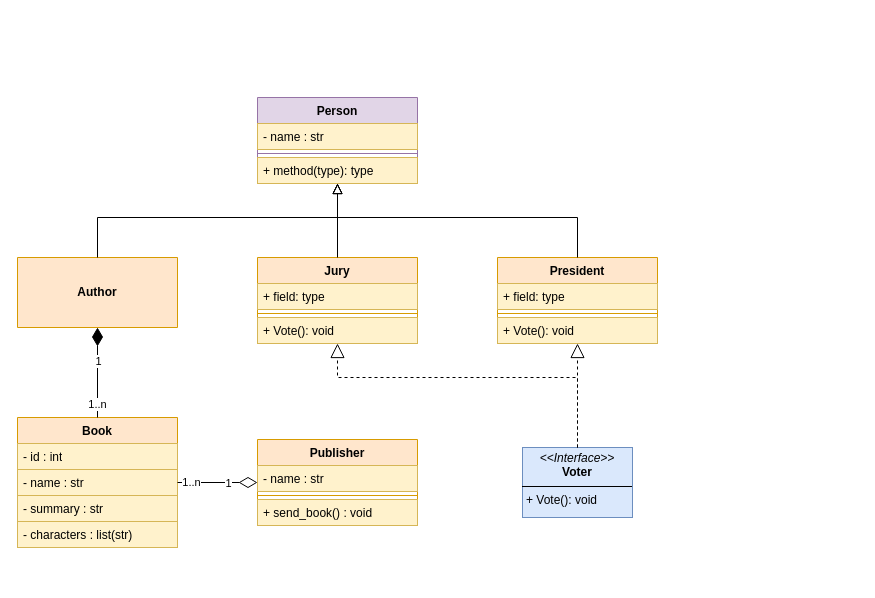
The draw.io diagram page "Class" (1 of 2) of doc/uml/goncourt.drawio in KMorere/eval-python-goncourt, before the edit. Source tidied: cells renumbered, new cells numbered last; positions are measured from the earlier drawing's top-left corner, leaving out a move shared by most shapes. Both pictures are drawn from the tidied source at 100%, with x=0, y=0 at pixel (17, 97).
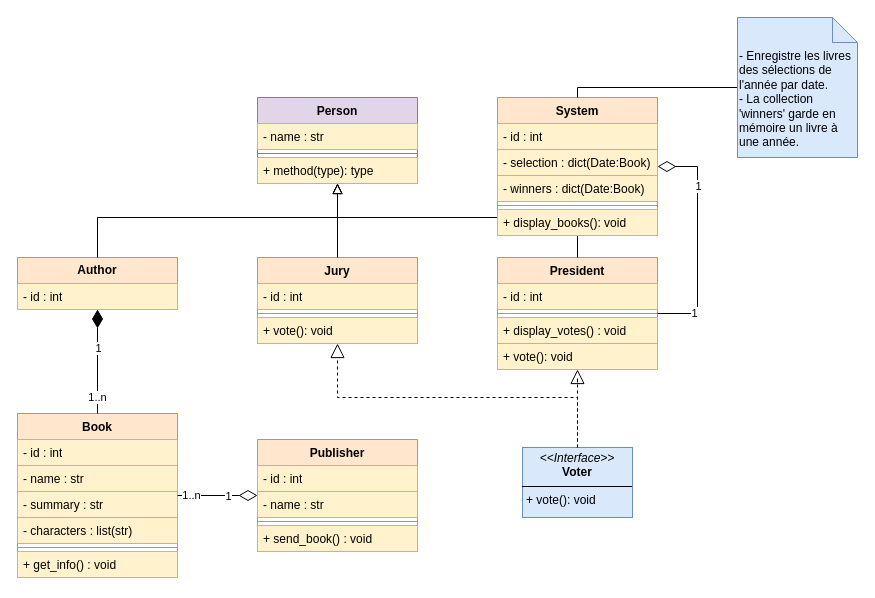
The same diagram, later.

The change refers to these unchanged cells:
```xml
<mxCell id="12" value="Jury" style="swimlane;fontStyle=1;align=center;verticalAlign=top;horizontal=1;startSize=26;whiteSpace=wrap;html=1;fillColor=#ffe6cc;strokeColor=#d79b00;" parent="1" vertex="1">
  <mxGeometry x="240" y="160" width="160" height="86" as="geometry" />
</mxCell>
```

Change to the diagram source:
```diff
@@
     <mxCell id="2" value="Book" style="swimlane;fontStyle=1;align=center;verticalAlign=top;horizontal=1;startSize=26;whiteSpace=wrap;html=1;fillColor=#ffe6cc;strokeColor=#d79b00;" parent="1" vertex="1">
-      <mxGeometry y="320" width="160" height="130" as="geometry" />
+      <mxGeometry y="316" width="160" height="164" as="geometry" />
     </mxCell>
@@
+    <mxCell id="36" style="line;strokeWidth=1;fillColor=none;align=left;verticalAlign=middle;spacingTop=-1;spacingLeft=3;spacingRight=3;labelPosition=right;strokeColor=inherit;" parent="2" vertex="1">
+      <mxGeometry y="130" width="160" height="8" as="geometry" />
+    </mxCell>
+    <mxCell id="37" value="+ get_info() : void" style="text;strokeColor=#d6b656;fillColor=#fff2cc;align=left;verticalAlign=top;spacingLeft=4;spacingRight=4;overflow=hidden;whiteSpace=wrap;html=1;" parent="2" vertex="1">
+      <mxGeometry y="138" width="160" height="26" as="geometry" />
+    </mxCell>
@@
-    <mxCell id="11" value="Author" style="swimlane;fontStyle=1;align=center;verticalAlign=middle;horizontal=1;startSize=70;whiteSpace=wrap;html=1;fillColor=#ffe6cc;strokeColor=#d79b00;" parent="1" vertex="1">
-      <mxGeometry y="160" width="160" height="70" as="geometry" />
+    <mxCell id="11" value="Author" style="swimlane;fontStyle=1;align=center;verticalAlign=middle;horizontal=1;startSize=26;whiteSpace=wrap;html=1;fillColor=#ffe6cc;strokeColor=#d79b00;" parent="1" vertex="1">
+      <mxGeometry y="160" width="160" height="52" as="geometry" />
     </mxCell>
+    <mxCell id="38" value="- id : int" style="text;strokeColor=#d6b656;fillColor=#fff2cc;align=left;verticalAlign=top;spacingLeft=4;spacingRight=4;overflow=hidden;whiteSpace=wrap;html=1;" parent="11" vertex="1">
+      <mxGeometry y="26" width="160" height="26" as="geometry" />
+    </mxCell>
@@
-    <mxCell id="13" value="+ field: type" style="text;strokeColor=#d6b656;fillColor=#fff2cc;align=left;verticalAlign=top;spacingLeft=4;spacingRight=4;overflow=hidden;whiteSpace=wrap;html=1;" parent="12" vertex="1">
-      <mxGeometry y="26" width="160" height="26" as="geometry" />
-    </mxCell>
-    <mxCell id="14" style="line;strokeWidth=1;fillColor=none;align=left;verticalAlign=middle;spacingTop=-1;spacingLeft=3;spacingRight=3;labelPosition=right;strokeColor=inherit;" parent="12" vertex="1">
-      <mxGeometry y="52" width="160" height="8" as="geometry" />
-    </mxCell>
+    <mxCell id="39" value="- id : int" style="text;strokeColor=#d6b656;fillColor=#fff2cc;align=left;verticalAlign=top;spacingLeft=4;spacingRight=4;overflow=hidden;whiteSpace=wrap;html=1;" parent="12" vertex="1">
+      <mxGeometry y="26" width="160" height="26" as="geometry" />
+    </mxCell>
+    <mxCell id="40" style="line;strokeWidth=1;fillColor=none;align=left;verticalAlign=middle;spacingTop=-1;spacingLeft=3;spacingRight=3;labelPosition=right;strokeColor=inherit;" parent="12" vertex="1">
+      <mxGeometry y="52" width="160" height="8" as="geometry" />
+    </mxCell>
-    <mxCell id="15" value="+ Vote(): void" style="text;strokeColor=#d6b656;fillColor=#fff2cc;align=left;verticalAlign=top;spacingLeft=4;spacingRight=4;overflow=hidden;whiteSpace=wrap;html=1;" parent="12" vertex="1">
+    <mxCell id="15" value="+ vote(): void" style="text;strokeColor=#d6b656;fillColor=#fff2cc;align=left;verticalAlign=top;spacingLeft=4;spacingRight=4;overflow=hidden;whiteSpace=wrap;html=1;" parent="12" vertex="1">
       <mxGeometry y="60" width="160" height="26" as="geometry" />
     </mxCell>
@@
     <mxCell id="21" value="Publisher" style="swimlane;fontStyle=1;align=center;verticalAlign=top;horizontal=1;startSize=26;whiteSpace=wrap;html=1;fillColor=#ffe6cc;strokeColor=#d79b00;" parent="1" vertex="1">
-      <mxGeometry x="240" y="342" width="160" height="86" as="geometry" />
+      <mxGeometry x="240" y="342" width="160" height="112" as="geometry" />
     </mxCell>
-    <mxCell id="22" value="- name : str" style="text;strokeColor=#d6b656;fillColor=#fff2cc;align=left;verticalAlign=top;spacingLeft=4;spacingRight=4;overflow=hidden;whiteSpace=wrap;html=1;" parent="21" vertex="1">
+    <mxCell id="22" value="- id : int" style="text;strokeColor=#d6b656;fillColor=#fff2cc;align=left;verticalAlign=top;spacingLeft=4;spacingRight=4;overflow=hidden;whiteSpace=wrap;html=1;" parent="21" vertex="1">
       <mxGeometry y="26" width="160" height="26" as="geometry" />
     </mxCell>
+    <mxCell id="41" value="- name : str" style="text;strokeColor=#d6b656;fillColor=#fff2cc;align=left;verticalAlign=top;spacingLeft=4;spacingRight=4;overflow=hidden;whiteSpace=wrap;html=1;" parent="21" vertex="1">
+      <mxGeometry y="52" width="160" height="26" as="geometry" />
+    </mxCell>
     <mxCell id="23" style="line;strokeWidth=1;fillColor=none;align=left;verticalAlign=middle;spacingTop=-1;spacingLeft=3;spacingRight=3;labelPosition=right;strokeColor=inherit;" parent="21" vertex="1">
-      <mxGeometry y="52" width="160" height="8" as="geometry" />
+      <mxGeometry y="78" width="160" height="8" as="geometry" />
     </mxCell>
     <mxCell id="24" value="+ send_book() : void" style="text;strokeColor=#d6b656;fillColor=#fff2cc;align=left;verticalAlign=top;spacingLeft=4;spacingRight=4;overflow=hidden;whiteSpace=wrap;html=1;" parent="21" vertex="1">
-      <mxGeometry y="60" width="160" height="26" as="geometry" />
+      <mxGeometry y="86" width="160" height="26" as="geometry" />
     </mxCell>
@@
     <mxCell id="28" value="President" style="swimlane;fontStyle=1;align=center;verticalAlign=top;horizontal=1;startSize=26;whiteSpace=wrap;html=1;fillColor=#ffe6cc;strokeColor=#d79b00;" parent="1" vertex="1">
-      <mxGeometry x="480" y="160" width="160" height="86" as="geometry" />
+      <mxGeometry x="480" y="160" width="160" height="112" as="geometry" />
     </mxCell>
-    <mxCell id="29" value="+ field: type" style="text;strokeColor=#d6b656;fillColor=#fff2cc;align=left;verticalAlign=top;spacingLeft=4;spacingRight=4;overflow=hidden;whiteSpace=wrap;html=1;" parent="28" vertex="1">
-      <mxGeometry y="26" width="160" height="26" as="geometry" />
-    </mxCell>
-    <mxCell id="30" style="line;strokeWidth=1;fillColor=none;align=left;verticalAlign=middle;spacingTop=-1;spacingLeft=3;spacingRight=3;labelPosition=right;strokeColor=inherit;" parent="28" vertex="1">
-      <mxGeometry y="52" width="160" height="8" as="geometry" />
-    </mxCell>
+    <mxCell id="42" value="- id : int" style="text;strokeColor=#d6b656;fillColor=#fff2cc;align=left;verticalAlign=top;spacingLeft=4;spacingRight=4;overflow=hidden;whiteSpace=wrap;html=1;" parent="28" vertex="1">
+      <mxGeometry y="26" width="160" height="26" as="geometry" />
+    </mxCell>
+    <mxCell id="43" style="line;strokeWidth=1;fillColor=none;align=left;verticalAlign=middle;spacingTop=-1;spacingLeft=3;spacingRight=3;labelPosition=right;strokeColor=inherit;" parent="28" vertex="1">
+      <mxGeometry y="52" width="160" height="8" as="geometry" />
+    </mxCell>
-    <mxCell id="31" value="+ Vote(): void" style="text;strokeColor=#d6b656;fillColor=#fff2cc;align=left;verticalAlign=top;spacingLeft=4;spacingRight=4;overflow=hidden;whiteSpace=wrap;html=1;" parent="28" vertex="1">
+    <mxCell id="31" value="+ display_votes() : void" style="text;strokeColor=#d6b656;fillColor=#fff2cc;align=left;verticalAlign=top;spacingLeft=4;spacingRight=4;overflow=hidden;whiteSpace=wrap;html=1;" parent="28" vertex="1">
       <mxGeometry y="60" width="160" height="26" as="geometry" />
     </mxCell>
+    <mxCell id="44" value="+ vote(): void" style="text;strokeColor=#d6b656;fillColor=#fff2cc;align=left;verticalAlign=top;spacingLeft=4;spacingRight=4;overflow=hidden;whiteSpace=wrap;html=1;" parent="28" vertex="1">
+      <mxGeometry y="86" width="160" height="26" as="geometry" />
+    </mxCell>
@@
-    <mxCell id="33" value="&lt;p style=&quot;margin:0px;margin-top:4px;text-align:center;&quot;&gt;&lt;i&gt;&amp;lt;&amp;lt;Interface&amp;gt;&amp;gt;&lt;/i&gt;&lt;br&gt;&lt;b&gt;Voter&lt;/b&gt;&lt;/p&gt;&lt;hr size=&quot;1&quot; style=&quot;border-style:solid;&quot;&gt;&lt;p style=&quot;margin:0px;margin-left:4px;&quot;&gt;+ Vote(): void&lt;br&gt;&lt;/p&gt;" style="verticalAlign=top;align=left;overflow=fill;html=1;whiteSpace=wrap;fillColor=#dae8fc;strokeColor=#6c8ebf;" parent="1" vertex="1">
+    <mxCell id="33" value="&lt;p style=&quot;margin:0px;margin-top:4px;text-align:center;&quot;&gt;&lt;i&gt;&amp;lt;&amp;lt;Interface&amp;gt;&amp;gt;&lt;/i&gt;&lt;br&gt;&lt;b&gt;Voter&lt;/b&gt;&lt;/p&gt;&lt;hr size=&quot;1&quot; style=&quot;border-style:solid;&quot;&gt;&lt;p style=&quot;margin:0px;margin-left:4px;&quot;&gt;+ vote(): void&lt;br&gt;&lt;/p&gt;" style="verticalAlign=top;align=left;overflow=fill;html=1;whiteSpace=wrap;fillColor=#dae8fc;strokeColor=#6c8ebf;" parent="1" vertex="1">
       <mxGeometry x="505" y="350" width="110" height="70" as="geometry" />
     </mxCell>
@@
     <mxCell id="35" style="endArrow=block;dashed=1;endFill=0;endSize=12;html=1;rounded=0;" parent="1" edge="1" source="33" target="12">
       <mxGeometry relative="1" as="geometry">
         <Array as="points">
-          <mxPoint x="560" y="280" />
-          <mxPoint x="320" y="280" />
+          <mxPoint x="560" y="300" />
+          <mxPoint x="320" y="300" />
         </Array>
       </mxGeometry>
     </mxCell>
+    <mxCell id="45" value="System" style="swimlane;fontStyle=1;align=center;verticalAlign=top;horizontal=1;startSize=26;whiteSpace=wrap;html=1;fillColor=#ffe6cc;strokeColor=#d79b00;" parent="1" vertex="1">
+      <mxGeometry x="480" width="160" height="138" as="geometry" />
+    </mxCell>
+    <mxCell id="46" value="- id : int" style="text;strokeColor=#d6b656;fillColor=#fff2cc;align=left;verticalAlign=top;spacingLeft=4;spacingRight=4;overflow=hidden;whiteSpace=wrap;html=1;" parent="45" vertex="1">
+      <mxGeometry y="26" width="160" height="26" as="geometry" />
+    </mxCell>
+    <mxCell id="47" value="- selection : dict(Date:Book)" style="text;strokeColor=#d6b656;fillColor=#fff2cc;align=left;verticalAlign=top;spacingLeft=4;spacingRight=4;overflow=hidden;whiteSpace=wrap;html=1;" parent="45" vertex="1">
+      <mxGeometry y="52" width="160" height="26" as="geometry" />
+    </mxCell>
+    <mxCell id="48" value="- winners : dict(Date:Book)" style="text;strokeColor=#d6b656;fillColor=#fff2cc;align=left;verticalAlign=top;spacingLeft=4;spacingRight=4;overflow=hidden;whiteSpace=wrap;html=1;" parent="45" vertex="1">
+      <mxGeometry y="78" width="160" height="26" as="geometry" />
+    </mxCell>
+    <mxCell id="49" style="line;strokeWidth=1;fillColor=none;align=left;verticalAlign=middle;spacingTop=-1;spacingLeft=3;spacingRight=3;labelPosition=right;strokeColor=inherit;" parent="45" vertex="1">
+      <mxGeometry y="104" width="160" height="8" as="geometry" />
+    </mxCell>
+    <mxCell id="50" value="+ display_books(): void" style="text;strokeColor=#d6b656;fillColor=#fff2cc;align=left;verticalAlign=top;spacingLeft=4;spacingRight=4;overflow=hidden;whiteSpace=wrap;html=1;" parent="45" vertex="1">
+      <mxGeometry y="112" width="160" height="26" as="geometry" />
+    </mxCell>
+    <mxCell id="51" style="edgeStyle=orthogonalEdgeStyle;rounded=0;jettySize=auto;html=1;endArrow=none;endFill=0;" parent="1" edge="1" source="52" target="45">
+      <mxGeometry relative="1" as="geometry">
+        <Array as="points">
+          <mxPoint x="560" y="-10" />
+        </Array>
+      </mxGeometry>
+    </mxCell>
+    <mxCell id="52" value="- Enregistre les livres des sélections de l'année par date.&lt;div&gt;- La collection 'winners' garde en mémoire un livre à une année.&lt;/div&gt;" style="shape=note2;boundedLbl=1;whiteSpace=wrap;html=1;size=25;verticalAlign=top;align=left;fillColor=#dae8fc;strokeColor=#6c8ebf;" parent="1" vertex="1">
+      <mxGeometry x="720" y="-80" width="120" height="140" as="geometry" />
+    </mxCell>
+    <mxCell id="53" style="endArrow=diamondThin;endFill=0;endSize=16;html=1;rounded=0;" parent="1" edge="1" source="28" target="45">
+      <mxGeometry relative="1" as="geometry">
+        <Array as="points">
+          <mxPoint x="680" y="216" />
+          <mxPoint x="680" y="69" />
+        </Array>
+      </mxGeometry>
+    </mxCell>
+    <mxCell id="54" value="1" style="edgeLabel;html=1;align=center;verticalAlign=middle;" parent="53" vertex="1">
+      <mxGeometry x="-0.68" y="1" relative="1" as="geometry" />
+    </mxCell>
+    <mxCell id="55" value="1" style="edgeLabel;html=1;align=center;verticalAlign=middle;" parent="53" vertex="1">
+      <mxGeometry x="0.48" relative="1" as="geometry" />
+    </mxCell>
```
